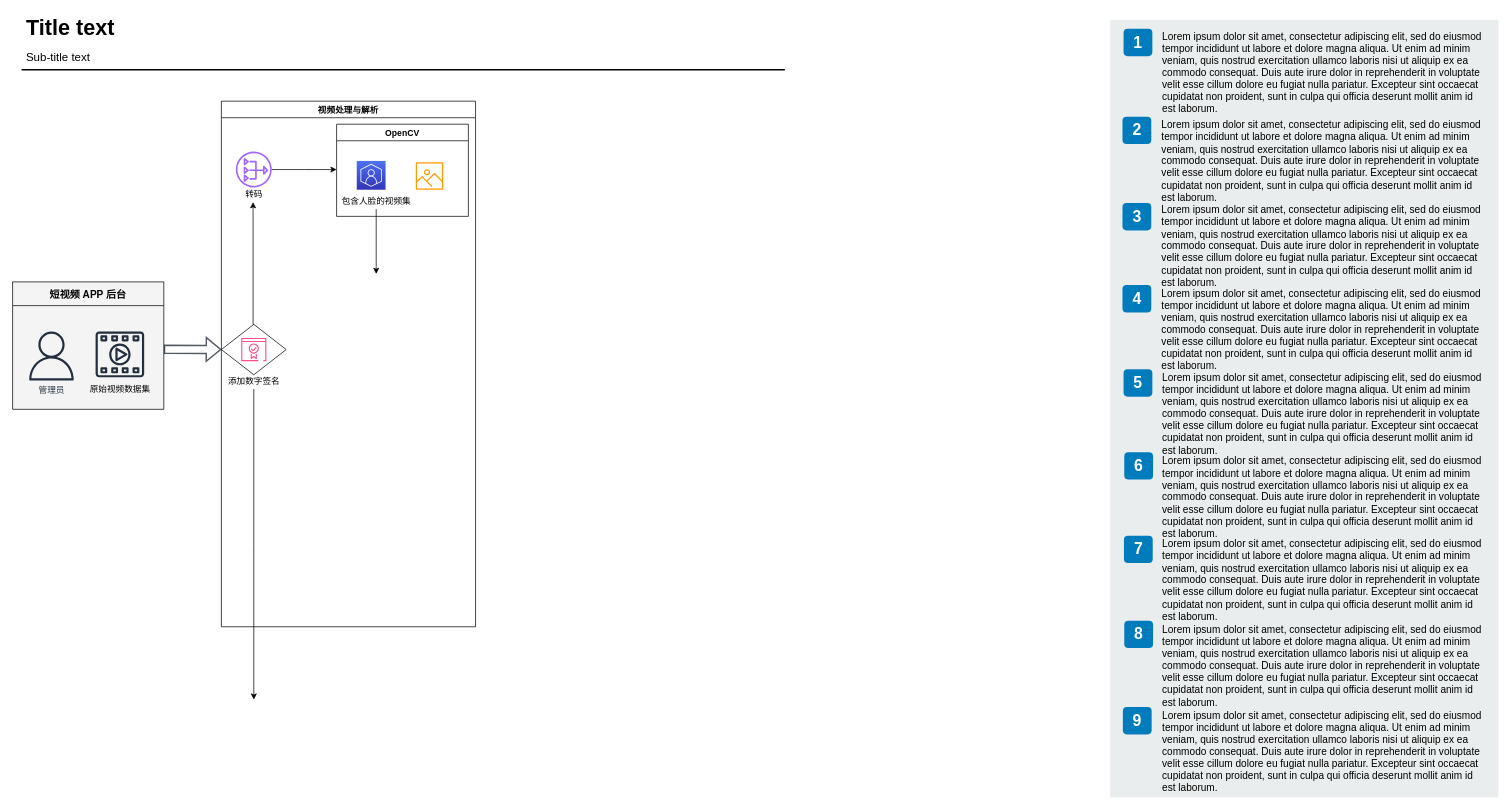
Above: Untitled Diagram.drawio in epc314/hello-world (draw.io), before the change. Source tidied: cells renumbered, new cells numbered last; positions are measured from the earlier drawing's top-left corner, leaving out a move shared by most shapes. Both pictures are drawn from the tidied source at 72%, with x=0, y=0 at pixel (12, 12).
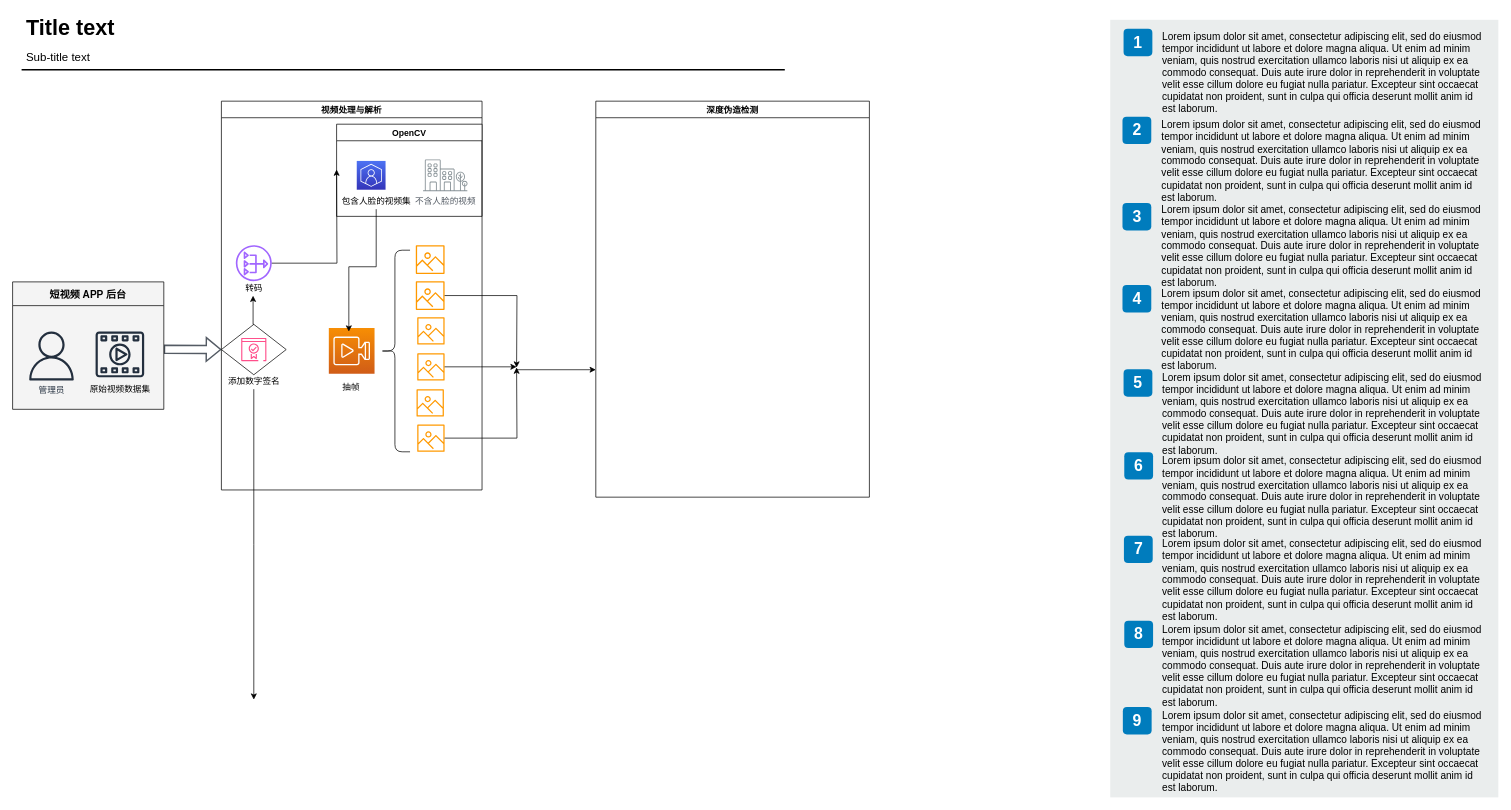
The same page after the edit.

The change refers to these unchanged cells:
```xml
<mxCell id="38" value="包含人脸的视频集" style="text;html=1;align=center;verticalAlign=middle;points=[];fillColor=none;strokeColor=none;rounded=0;" parent="36" vertex="1">
  <mxGeometry y="98" width="110" height="20" as="geometry" />
</mxCell>
```

The edit, as a diff of the source:
```diff
@@
     <mxCell id="29" value="视频处理与解析" style="swimlane;" parent="1" vertex="1">
-      <mxGeometry x="290" y="124" width="353" height="730" as="geometry" />
+      <mxGeometry x="290" y="124" width="362" height="540" as="geometry" />
     </mxCell>
@@
     <mxCell id="33" style="sketch=0;outlineConnect=0;fontColor=#232F3E;gradientColor=none;fillColor=#A166FF;strokeColor=none;dashed=0;verticalLabelPosition=bottom;verticalAlign=top;align=center;html=1;fontSize=12;fontStyle=0;shape=mxgraph.aws4.nat_gateway;" parent="29" vertex="1">
-      <mxGeometry x="20" y="70" width="50" height="50" as="geometry" />
+      <mxGeometry x="20" y="200" width="50" height="50" as="geometry" />
     </mxCell>
     <mxCell id="34" value="转码" style="text;html=1;align=center;verticalAlign=middle;points=[];fillColor=none;strokeColor=none;rounded=0;" parent="29" vertex="1">
-      <mxGeometry x="25" y="120" width="40" height="20" as="geometry" />
+      <mxGeometry x="25" y="250" width="40" height="20" as="geometry" />
     </mxCell>
@@
     <mxCell id="36" value="OpenCV" style="swimlane;" parent="29" vertex="1">
-      <mxGeometry x="160" y="32" width="183" height="128" as="geometry" />
+      <mxGeometry x="160" y="32" width="202" height="128" as="geometry" />
     </mxCell>
-    <mxCell id="37" style="sketch=0;fontColor=#232F3E;gradientColor=none;fillColor=#FF9900;strokeColor=none;dashed=0;verticalLabelPosition=bottom;verticalAlign=top;align=center;html=1;fontSize=12;fontStyle=0;shape=mxgraph.aws4.container_registry_image;" parent="36" vertex="1">
-      <mxGeometry x="110" y="53" width="38" height="38" as="geometry" />
-    </mxCell>
@@
+    <mxCell id="43" value="不含人脸的视频" style="sketch=0;gradientColor=none;fontColor=#545B64;strokeColor=none;fillColor=#879196;dashed=0;verticalLabelPosition=bottom;verticalAlign=top;align=center;html=1;fontSize=12;fontStyle=0;shape=mxgraph.aws4.illustration_office_building;" parent="36" vertex="1">
+      <mxGeometry x="120" y="49" width="62" height="44" as="geometry" />
+    </mxCell>
+    <mxCell id="44" style="sketch=0;fontColor=#232F3E;gradientColor=#F78E04;gradientDirection=north;fillColor=#D05C17;strokeColor=#ffffff;dashed=0;verticalLabelPosition=bottom;verticalAlign=top;align=center;html=1;fontSize=12;fontStyle=0;shape=mxgraph.aws4.resourceIcon;resIcon=mxgraph.aws4.media_services;" parent="29" vertex="1">
+      <mxGeometry x="149.2" y="315.2" width="63.5" height="63.5" as="geometry" />
+    </mxCell>
+    <mxCell id="42" style="edgeStyle=orthogonalEdgeStyle;rounded=0;jettySize=auto;html=1;" parent="29" edge="1" source="38">
+      <mxGeometry relative="1" as="geometry">
+        <mxPoint x="177" y="320" as="targetPoint" />
+        <Array as="points">
+          <mxPoint x="215" y="230" />
+          <mxPoint x="177" y="230" />
+          <mxPoint x="177" y="310" />
+        </Array>
+      </mxGeometry>
+    </mxCell>
+    <mxCell id="45" style="shape=curlyBracket;whiteSpace=wrap;html=1;rounded=1;" parent="29" vertex="1">
+      <mxGeometry x="220" y="207" width="42" height="280" as="geometry" />
+    </mxCell>
+    <mxCell id="46" style="sketch=0;fontColor=#232F3E;gradientColor=none;fillColor=#FF9900;strokeColor=none;dashed=0;verticalLabelPosition=bottom;verticalAlign=top;align=center;html=1;fontSize=12;fontStyle=0;shape=mxgraph.aws4.container_registry_image;" parent="29" vertex="1">
+      <mxGeometry x="270" y="200" width="40" height="40" as="geometry" />
+    </mxCell>
+    <mxCell id="47" style="sketch=0;outlineConnect=0;fontColor=#232F3E;gradientColor=none;fillColor=#FF9900;strokeColor=none;dashed=0;verticalLabelPosition=bottom;verticalAlign=top;align=center;html=1;fontSize=12;fontStyle=0;shape=mxgraph.aws4.container_registry_image;" parent="29" vertex="1">
+      <mxGeometry x="270" y="250" width="40" height="40" as="geometry" />
+    </mxCell>
+    <mxCell id="48" style="sketch=0;fontColor=#232F3E;gradientColor=none;fillColor=#FF9900;strokeColor=none;dashed=0;verticalLabelPosition=bottom;verticalAlign=top;align=center;html=1;fontSize=12;fontStyle=0;shape=mxgraph.aws4.container_registry_image;" parent="29" vertex="1">
+      <mxGeometry x="272" y="300" width="38" height="38" as="geometry" />
+    </mxCell>
+    <mxCell id="49" style="sketch=0;outlineConnect=0;fontColor=#232F3E;gradientColor=none;fillColor=#FF9900;strokeColor=none;dashed=0;verticalLabelPosition=bottom;verticalAlign=top;align=center;html=1;fontSize=12;fontStyle=0;shape=mxgraph.aws4.container_registry_image;" parent="29" vertex="1">
+      <mxGeometry x="272" y="350" width="38" height="38" as="geometry" />
+    </mxCell>
+    <mxCell id="50" style="sketch=0;fontColor=#232F3E;gradientColor=none;fillColor=#FF9900;strokeColor=none;dashed=0;verticalLabelPosition=bottom;verticalAlign=top;align=center;html=1;fontSize=12;fontStyle=0;shape=mxgraph.aws4.container_registry_image;" parent="29" vertex="1">
+      <mxGeometry x="271" y="400" width="38" height="38" as="geometry" />
+    </mxCell>
+    <mxCell id="51" style="sketch=0;outlineConnect=0;fontColor=#232F3E;gradientColor=none;fillColor=#FF9900;strokeColor=none;dashed=0;verticalLabelPosition=bottom;verticalAlign=top;align=center;html=1;fontSize=12;fontStyle=0;shape=mxgraph.aws4.container_registry_image;" parent="29" vertex="1">
+      <mxGeometry x="272" y="449" width="38" height="38" as="geometry" />
+    </mxCell>
+    <mxCell id="52" value="抽帧" style="text;html=1;align=center;verticalAlign=middle;fillColor=none;strokeColor=none;rounded=0;" parent="29" vertex="1">
+      <mxGeometry x="160" y="388" width="40" height="20" as="geometry" />
+    </mxCell>
@@
-    <mxCell id="42" style="edgeStyle=orthogonalEdgeStyle;rounded=0;jettySize=auto;html=1;" parent="1" edge="1" source="38">
-      <mxGeometry relative="1" as="geometry">
-        <mxPoint x="505" y="364" as="targetPoint" />
-        <Array as="points">
-          <mxPoint x="505" y="354" />
-        </Array>
-      </mxGeometry>
-    </mxCell>
+    <mxCell id="53" style="edgeStyle=orthogonalEdgeStyle;rounded=0;jettySize=auto;html=1;" parent="1" edge="1" source="47">
+      <mxGeometry relative="1" as="geometry">
+        <mxPoint x="700" y="494" as="targetPoint" />
+      </mxGeometry>
+    </mxCell>
+    <mxCell id="54" style="edgeStyle=orthogonalEdgeStyle;rounded=0;jettySize=auto;html=1;" parent="1" edge="1" source="49">
+      <mxGeometry relative="1" as="geometry">
+        <mxPoint x="700" y="493" as="targetPoint" />
+      </mxGeometry>
+    </mxCell>
+    <mxCell id="55" style="edgeStyle=orthogonalEdgeStyle;rounded=0;orthogonalLoop=1;jettySize=auto;html=1;" parent="1" edge="1">
+      <mxGeometry relative="1" as="geometry">
+        <mxPoint x="700" y="495.5" as="sourcePoint" />
+        <mxPoint x="810" y="497" as="targetPoint" />
+        <Array as="points">
+          <mxPoint x="700" y="497" />
+          <mxPoint x="810" y="497" />
+        </Array>
+      </mxGeometry>
+    </mxCell>
+    <mxCell id="56" style="edgeStyle=orthogonalEdgeStyle;rounded=0;jettySize=auto;html=1;" parent="1" edge="1" source="51">
+      <mxGeometry relative="1" as="geometry">
+        <mxPoint x="700" y="494" as="targetPoint" />
+      </mxGeometry>
+    </mxCell>
+    <mxCell id="57" value="深度伪造检测" style="swimlane;" parent="1" vertex="1">
+      <mxGeometry x="810" y="124" width="380" height="550" as="geometry" />
+    </mxCell>
```
